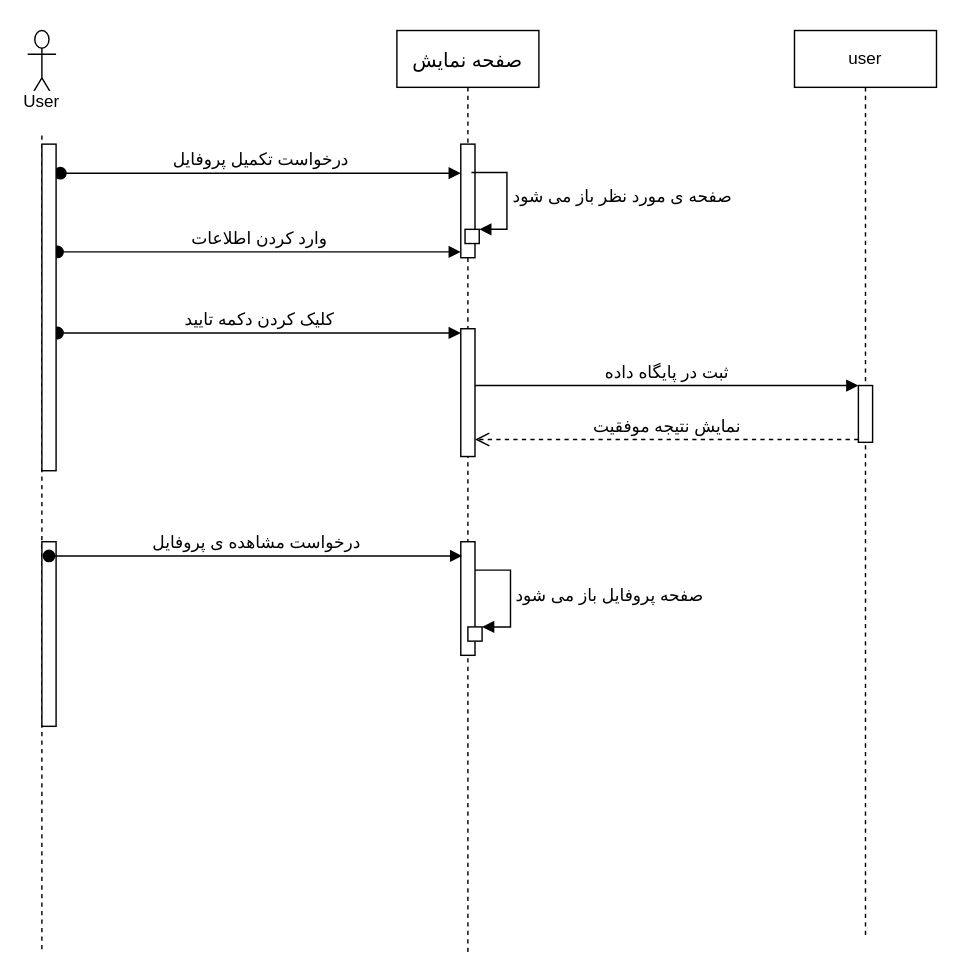
Earlier version of the draw.io diagram Docs./SeqDiagram-ManageProfile.drawio (ShadiMe-flutter/Workout). Source tidied: cells renumbered, new cells numbered last; positions are measured from the earlier drawing's top-left corner, leaving out a move shared by most shapes. Both pictures are drawn from the tidied source at 142%, with x=0, y=0 at pixel (27, 30).
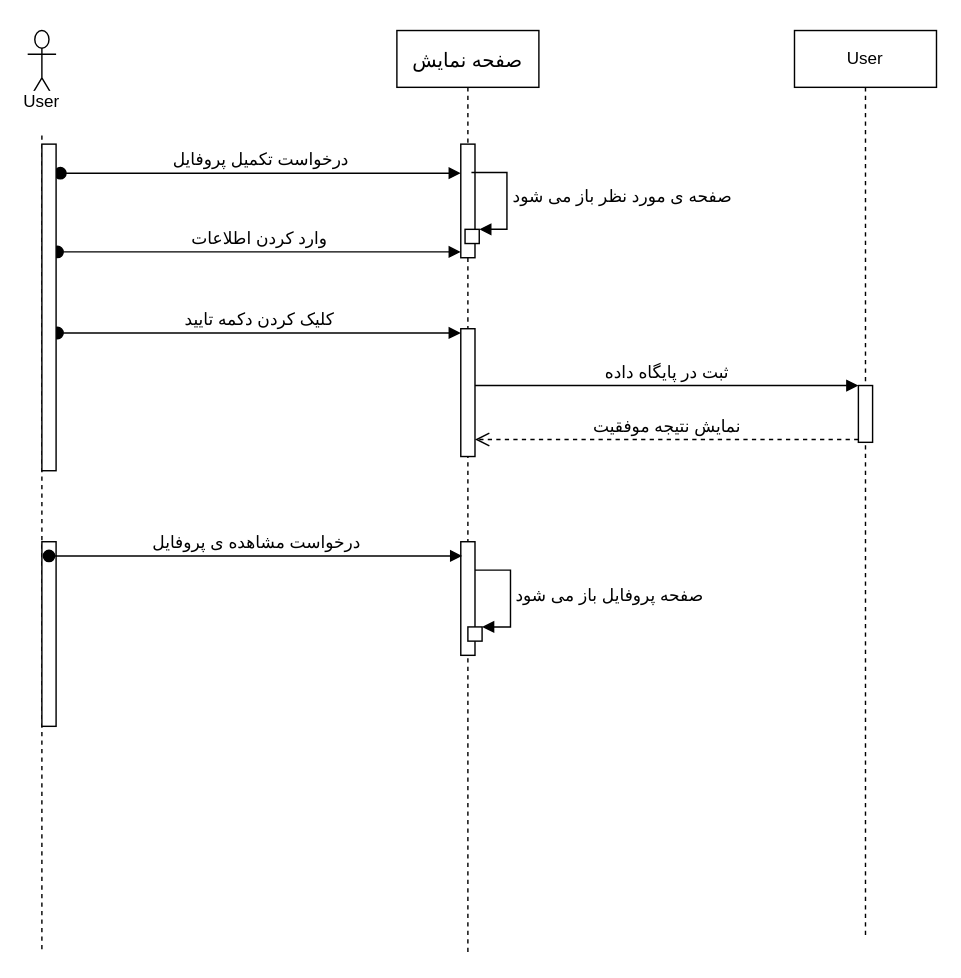
The same page after the edit.

What changed in the source:
```diff
@@
-    <mxCell id="9" value="user" style="shape=umlLifeline;perimeter=lifelinePerimeter;whiteSpace=wrap;html=1;" parent="1" vertex="1">
+    <mxCell id="9" value="User" style="shape=umlLifeline;perimeter=lifelinePerimeter;whiteSpace=wrap;html=1;" parent="1" vertex="1">
       <mxGeometry x="540" width="100" height="640" as="geometry" />
     </mxCell>
```
